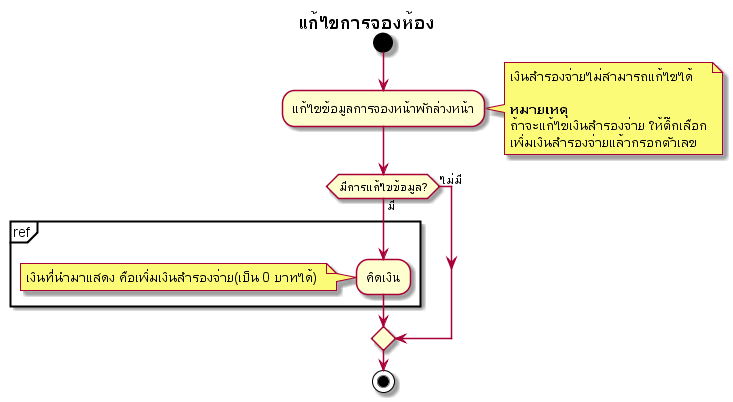
Before: out/activity-diagram/reservation/editreservation/แก้ไขการจองห้อง.png, a diagram exported from PlantUML (cheat13/Prompiman_Diagram).
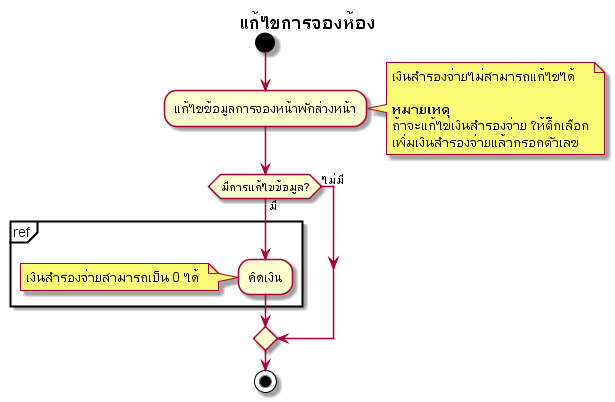
After the commit.

What changed in the source:
```diff
@@ -15,7 +15,7 @@
 	:คิดเงิน;
 }
 note left
-เงินที่นำมาแสดง คือเพิ่มเงินสำรองจ่าย(เป็น 0 บาทได้)
+เงินสำรองจ่ายสามารถเป็น 0 ได้
 end note
 else(ไม่มี)
 endif
```
